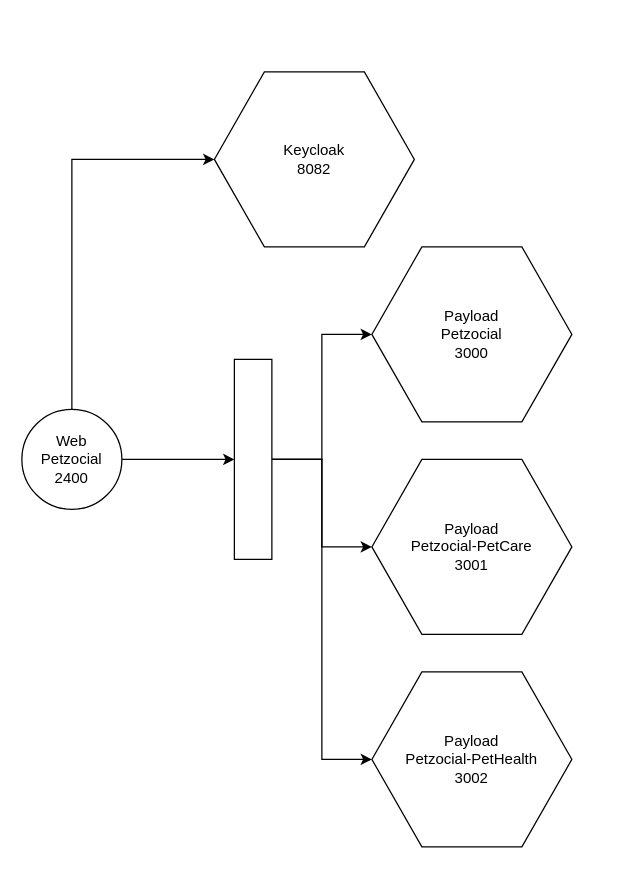
Earlier version of the draw.io diagram page "Componentes" (2 of 2) of diagrams/principal.drawio (hugozr/petsozial). Source tidied: cells renumbered, new cells numbered last; positions are measured from the earlier drawing's top-left corner, leaving out a move shared by most shapes. Both pictures are drawn from the tidied source at 125%, with x=0, y=0 at pixel (21, 71).
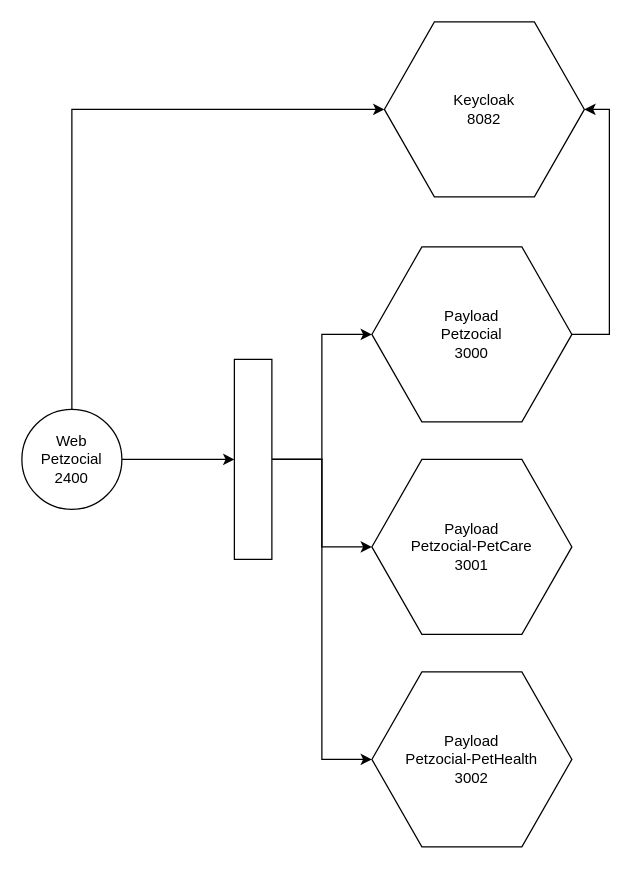
Above is the later version.

What changed in the source:
```diff
@@
 <mxGraphModel>
   <root>
     <mxCell id="0" />
     <mxCell id="1" parent="0" />
+    <mxCell id="13" style="edgeStyle=orthogonalEdgeStyle;rounded=0;jettySize=auto;html=1;entryX=1;entryY=0.5;entryDx=0;entryDy=0;exitX=1;exitY=0.5;exitDx=0;exitDy=0;" parent="1" edge="1" source="2" target="11">
+      <mxGeometry relative="1" as="geometry" />
+    </mxCell>
     <mxCell id="2" value="Payload &lt;br&gt;Petzocial&lt;br&gt;3000" style="shape=hexagon;perimeter=hexagonPerimeter2;whiteSpace=wrap;html=1;fixedSize=1;size=40;" parent="1" vertex="1">
       <mxGeometry x="280" y="140" width="160" height="140" as="geometry" />
     </mxCell>
     <mxCell id="3" value="Payload &lt;br&gt;Petzocial-PetHealth&lt;br&gt;3002" style="shape=hexagon;perimeter=hexagonPerimeter2;whiteSpace=wrap;html=1;fixedSize=1;size=40;" parent="1" vertex="1">
       <mxGeometry x="280" y="480" width="160" height="140" as="geometry" />
     </mxCell>
     <mxCell id="4" style="edgeStyle=orthogonalEdgeStyle;rounded=0;jettySize=auto;html=1;" parent="1" edge="1" source="6" target="10">
       <mxGeometry relative="1" as="geometry" />
     </mxCell>
     <mxCell id="5" style="edgeStyle=orthogonalEdgeStyle;rounded=0;jettySize=auto;html=1;entryX=0;entryY=0.5;entryDx=0;entryDy=0;exitX=0.5;exitY=0;exitDx=0;exitDy=0;" parent="1" edge="1" source="6" target="11">
       <mxGeometry relative="1" as="geometry" />
     </mxCell>
     <mxCell id="6" value="Web &lt;br&gt;Petzocial&lt;br&gt;2400" style="ellipse;whiteSpace=wrap;html=1;" parent="1" vertex="1">
       <mxGeometry y="270" width="80" height="80" as="geometry" />
     </mxCell>
     <mxCell id="7" style="edgeStyle=orthogonalEdgeStyle;rounded=0;jettySize=auto;html=1;" parent="1" edge="1" source="10" target="2">
       <mxGeometry relative="1" as="geometry" />
     </mxCell>
     <mxCell id="8" style="edgeStyle=orthogonalEdgeStyle;rounded=0;jettySize=auto;html=1;entryX=0;entryY=0.5;entryDx=0;entryDy=0;" parent="1" edge="1" source="10" target="12">
       <mxGeometry relative="1" as="geometry" />
     </mxCell>
     <mxCell id="9" style="edgeStyle=orthogonalEdgeStyle;rounded=0;jettySize=auto;html=1;entryX=0;entryY=0.5;entryDx=0;entryDy=0;" parent="1" edge="1" source="10" target="3">
       <mxGeometry relative="1" as="geometry" />
     </mxCell>
     <mxCell id="10" style="rounded=0;whiteSpace=wrap;html=1;" parent="1" vertex="1">
       <mxGeometry x="170" y="230" width="30" height="160" as="geometry" />
     </mxCell>
     <mxCell id="11" value="Keycloak&lt;br&gt;8082" style="shape=hexagon;perimeter=hexagonPerimeter2;whiteSpace=wrap;html=1;fixedSize=1;size=40;" parent="1" vertex="1">
-      <mxGeometry x="154" width="160" height="140" as="geometry" />
+      <mxGeometry x="290" y="-40" width="160" height="140" as="geometry" />
     </mxCell>
     <mxCell id="12" value="Payload &lt;br&gt;Petzocial-PetCare&lt;br&gt;3001" style="shape=hexagon;perimeter=hexagonPerimeter2;whiteSpace=wrap;html=1;fixedSize=1;size=40;" parent="1" vertex="1">
       <mxGeometry x="280" y="310" width="160" height="140" as="geometry" />
     </mxCell>
   </root>
 </mxGraphModel>
```
